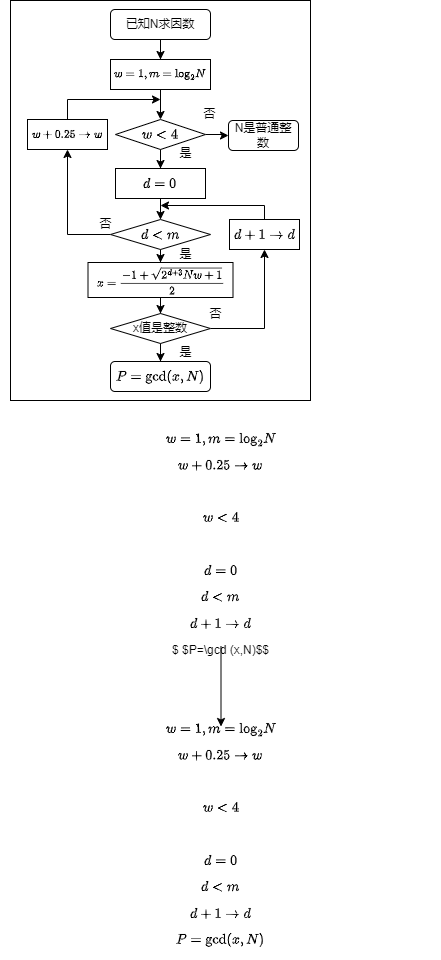
This is 未命名绘图.drawio.png from lynxswf/lynxswf, a draw.io export, as it was before one commit. Source tidied: cells renumbered, new cells last; positions are measured from the earlier drawing's top-left corner, leaving out a move shared by most shapes.
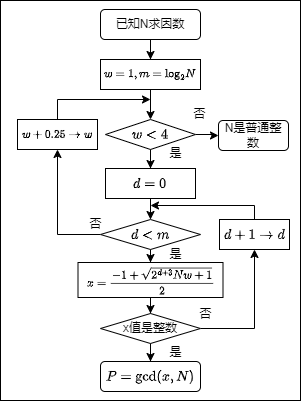
Above is the later version.

Commit message:
更新未命名绘图.drawio.png

Change to the diagram source:
```diff
@@ -109,14 +109,5 @@
         <mxPoint x="264" y="205" as="targetPoint" />
       </mxGeometry>
     </mxCell>
-    <mxCell id="34" style="edgeStyle=orthogonalEdgeStyle;rounded=0;jettySize=auto;html=1;" parent="1" edge="1" source="35" target="36">
-      <mxGeometry relative="1" as="geometry" />
-    </mxCell>
-    <mxCell id="35" value="&lt;div&gt;$$w=1,m={{\log }_{2}}N$$&lt;/div&gt;&lt;div&gt;$$w+0.25\to w$$&amp;nbsp;&lt;/div&gt;&lt;div&gt;$$w&amp;lt;4$$&amp;nbsp;&lt;/div&gt;&lt;div&gt;$$d=0$$&lt;/div&gt;&lt;div&gt;$$d&amp;lt;m$$&lt;/div&gt;&lt;div&gt;$$d+1\to d$$&lt;/div&gt;&lt;div&gt;$ $P=\gcd (x,N)$$&lt;/div&gt;" style="text;html=1;align=center;verticalAlign=middle;whiteSpace=wrap;rounded=0;" parent="1" vertex="1">
-      <mxGeometry y="430" width="441" height="216" as="geometry" />
-    </mxCell>
-    <mxCell id="36" value="&lt;div&gt;$$w=1,m={{\log }_{2}}N$$&lt;/div&gt;&lt;div&gt;$$w+0.25\to w$$&amp;nbsp;&lt;/div&gt;&lt;div&gt;$$w&amp;lt;4$$&amp;nbsp;&lt;/div&gt;&lt;div&gt;$$d=0$$&lt;/div&gt;&lt;div&gt;$$d&amp;lt;m$$&lt;/div&gt;&lt;div&gt;$$d+1\to d$$&lt;/div&gt;&lt;div&gt;$$P=\gcd (x,N)$$&lt;/div&gt;" style="text;html=1;align=center;verticalAlign=middle;whiteSpace=wrap;rounded=0;" parent="1" vertex="1">
-      <mxGeometry y="726" width="441" height="216" as="geometry" />
-    </mxCell>
   </root>
 </mxGraphModel>
```
